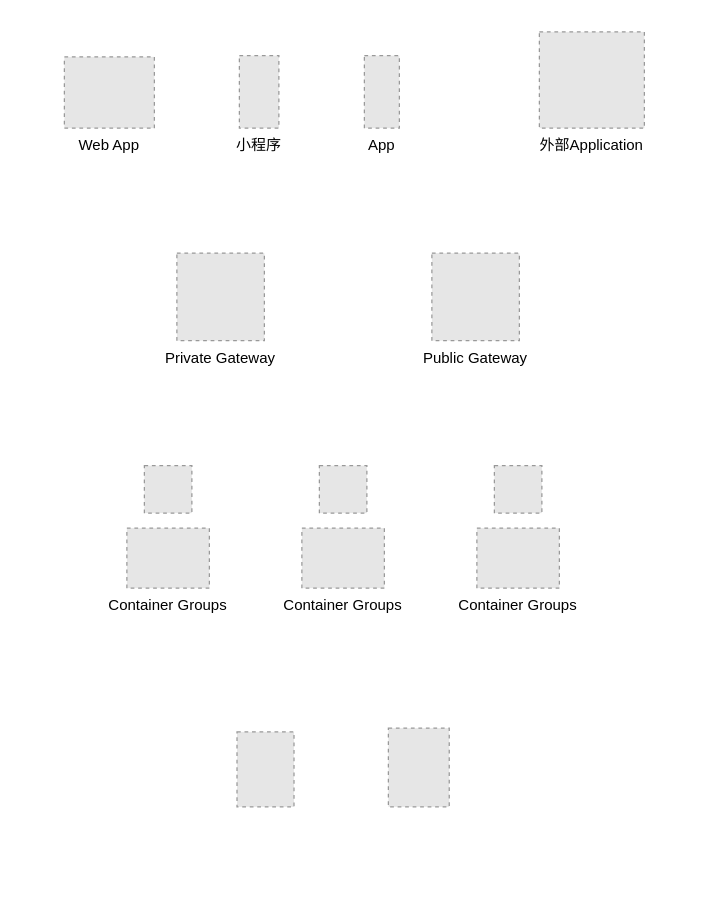
Before: costco_infra.drawio in luss613/draw.io, a draw.io diagram. Source tidied: cells renumbered, new cells numbered last; positions are measured from the earlier drawing's top-left corner, leaving out a move shared by most shapes. Both pictures are drawn from the tidied source at 125%, with x=0, y=0 at pixel (64, 31). Pictures stored in the file or linked from it are replaced by grey dashed boxes.
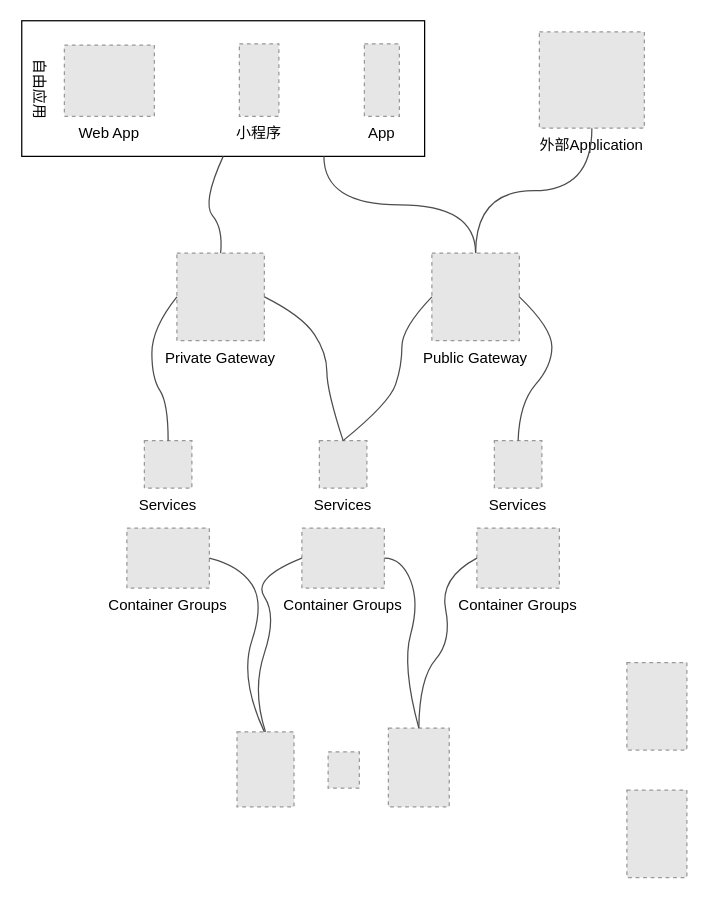
The same diagram, later.

The change refers to these unchanged cells:
```xml
<mxCell id="2" value="外部Application" style="fillColor=#E6E6E6;strokeColor=#999999;dashed=1;verticalLabelPosition=bottom;labelBackgroundColor=#ffffff;verticalAlign=top;" parent="1" vertex="1">
  <mxGeometry x="380" width="84" height="77" as="geometry" />
</mxCell>
<mxCell id="6" value="Private Gateway" style="fillColor=#E6E6E6;strokeColor=#999999;dashed=1;verticalLabelPosition=bottom;labelBackgroundColor=#ffffff;verticalAlign=top;" parent="1" vertex="1">
  <mxGeometry x="90" y="177" width="70" height="70" as="geometry" />
</mxCell>
<mxCell id="7" value="Public Gateway" style="fillColor=#E6E6E6;strokeColor=#999999;dashed=1;verticalLabelPosition=bottom;labelBackgroundColor=#ffffff;verticalAlign=top;" parent="1" vertex="1">
  <mxGeometry x="294" y="177" width="70" height="70" as="geometry" />
</mxCell>
<mxCell id="8" value="Container Groups" style="fillColor=#E6E6E6;strokeColor=#999999;dashed=1;verticalLabelPosition=bottom;labelBackgroundColor=#ffffff;verticalAlign=top;" parent="1" vertex="1">
  <mxGeometry x="50" y="397" width="66" height="48" as="geometry" />
</mxCell>
<mxCell id="10" value="Container Groups" style="fillColor=#E6E6E6;strokeColor=#999999;dashed=1;verticalLabelPosition=bottom;labelBackgroundColor=#ffffff;verticalAlign=top;" parent="1" vertex="1">
  <mxGeometry x="190" y="397" width="66" height="48" as="geometry" />
</mxCell>
<mxCell id="12" value="Container Groups" style="fillColor=#E6E6E6;strokeColor=#999999;dashed=1;verticalLabelPosition=bottom;labelBackgroundColor=#ffffff;verticalAlign=top;" parent="1" vertex="1">
  <mxGeometry x="330" y="397" width="66" height="48" as="geometry" />
</mxCell>
<mxCell id="14" style="fillColor=#E6E6E6;strokeColor=#999999;dashed=1;verticalLabelPosition=bottom;labelBackgroundColor=#ffffff;verticalAlign=top;" parent="1" vertex="1">
  <mxGeometry x="138.1" y="560" width="45.6" height="60" as="geometry" />
</mxCell>
<mxCell id="15" style="fillColor=#E6E6E6;strokeColor=#999999;dashed=1;verticalLabelPosition=bottom;labelBackgroundColor=#ffffff;verticalAlign=top;" parent="1" vertex="1">
  <mxGeometry x="259.2" y="557" width="48.7" height="63" as="geometry" />
</mxCell>
```

The edit, as a diff of the source:
```diff
@@
+    <mxCell id="16" value="自由应用" style="rounded=0;whiteSpace=wrap;html=1;align=center;rotation=90;verticalAlign=bottom;spacingBottom=5;" parent="1" vertex="1">
+      <mxGeometry x="72.8" y="-115.8" width="108.5" height="322.3" as="geometry" />
+    </mxCell>
@@
     <mxCell id="3" value="小程序" style="fillColor=#E6E6E6;strokeColor=#999999;dashed=1;verticalLabelPosition=bottom;labelBackgroundColor=#ffffff;verticalAlign=top;" parent="1" vertex="1">
-      <mxGeometry x="140" y="19" width="31.6" height="58" as="geometry" />
+      <mxGeometry x="140" y="9.5" width="31.6" height="58" as="geometry" />
     </mxCell>
     <mxCell id="4" value="App" style="fillColor=#E6E6E6;strokeColor=#999999;dashed=1;verticalLabelPosition=bottom;labelBackgroundColor=#ffffff;verticalAlign=top;" parent="1" vertex="1">
-      <mxGeometry x="240" y="19" width="28" height="58" as="geometry" />
+      <mxGeometry x="240" y="9.5" width="28" height="58" as="geometry" />
     </mxCell>
     <mxCell id="5" value="Web App" style="fillColor=#E6E6E6;strokeColor=#999999;dashed=1;verticalLabelPosition=bottom;labelBackgroundColor=#ffffff;verticalAlign=top;" parent="1" vertex="1">
-      <mxGeometry y="20" width="72" height="57" as="geometry" />
+      <mxGeometry y="10.5" width="72" height="57" as="geometry" />
     </mxCell>
@@
+    <mxCell id="17" style="edgeStyle=orthogonalEdgeStyle;curved=1;jettySize=auto;html=1;exitX=0.5;exitY=0;exitDx=0;exitDy=0;entryX=1;entryY=0.25;entryDx=0;entryDy=0;strokeColor=#4D4D4D;endArrow=none;endFill=0;" parent="1" edge="1" source="7" target="16">
+      <mxGeometry relative="1" as="geometry" />
+    </mxCell>
+    <mxCell id="18" style="edgeStyle=orthogonalEdgeStyle;curved=1;jettySize=auto;html=1;exitX=0.5;exitY=0;exitDx=0;exitDy=0;entryX=0.5;entryY=1;entryDx=0;entryDy=0;endArrow=none;endFill=0;strokeColor=#4D4D4D;" parent="1" edge="1" source="7" target="2">
+      <mxGeometry relative="1" as="geometry" />
+    </mxCell>
@@
-    <mxCell id="9" style="fillColor=#E6E6E6;strokeColor=#999999;dashed=1;verticalLabelPosition=bottom;labelBackgroundColor=#ffffff;verticalAlign=top;" parent="1" vertex="1">
-      <mxGeometry x="64" y="347" width="38" height="38" as="geometry" />
+    <mxCell id="9" value="Services" style="fillColor=#E6E6E6;strokeColor=#999999;dashed=1;verticalLabelPosition=bottom;labelBackgroundColor=#ffffff;verticalAlign=top;" parent="1" vertex="1">
+      <mxGeometry x="64" y="327" width="38" height="38" as="geometry" />
     </mxCell>
@@
-    <mxCell id="11" style="fillColor=#E6E6E6;strokeColor=#999999;dashed=1;verticalLabelPosition=bottom;labelBackgroundColor=#ffffff;verticalAlign=top;" parent="1" vertex="1">
-      <mxGeometry x="204" y="347" width="38" height="38" as="geometry" />
+    <mxCell id="11" value="Services" style="fillColor=#E6E6E6;strokeColor=#999999;dashed=1;verticalLabelPosition=bottom;labelBackgroundColor=#ffffff;verticalAlign=top;" parent="1" vertex="1">
+      <mxGeometry x="204" y="327" width="38" height="38" as="geometry" />
     </mxCell>
@@
-    <mxCell id="13" style="fillColor=#E6E6E6;strokeColor=#999999;dashed=1;verticalLabelPosition=bottom;labelBackgroundColor=#ffffff;verticalAlign=top;" parent="1" vertex="1">
-      <mxGeometry x="344" y="347" width="38" height="38" as="geometry" />
+    <mxCell id="13" value="Services" style="fillColor=#E6E6E6;strokeColor=#999999;dashed=1;verticalLabelPosition=bottom;labelBackgroundColor=#ffffff;verticalAlign=top;" parent="1" vertex="1">
+      <mxGeometry x="344" y="327" width="38" height="38" as="geometry" />
     </mxCell>
@@
+    <mxCell id="19" style="fillColor=#E6E6E6;strokeColor=#999999;dashed=1;verticalLabelPosition=bottom;labelBackgroundColor=#ffffff;verticalAlign=top;" parent="1" vertex="1">
+      <mxGeometry x="450" y="504.5" width="48" height="70" as="geometry" />
+    </mxCell>
+    <mxCell id="20" style="fillColor=#E6E6E6;strokeColor=#999999;dashed=1;verticalLabelPosition=bottom;labelBackgroundColor=#ffffff;verticalAlign=top;" parent="1" vertex="1">
+      <mxGeometry x="450" y="606.5" width="48" height="70" as="geometry" />
+    </mxCell>
+    <mxCell id="21" style="fillColor=#E6E6E6;strokeColor=#999999;dashed=1;verticalLabelPosition=bottom;labelBackgroundColor=#ffffff;verticalAlign=top;" parent="1" vertex="1">
+      <mxGeometry x="211" y="576" width="25" height="29" as="geometry" />
+    </mxCell>
+    <mxCell id="22" style="endArrow=none;html=1;entryX=0;entryY=0.5;entryDx=0;entryDy=0;exitX=0.5;exitY=0;exitDx=0;exitDy=0;curved=1;strokeColor=#4D4D4D;" parent="1" edge="1" source="15" target="12">
+      <mxGeometry relative="1" as="geometry">
+        <Array as="points">
+          <mxPoint x="284" y="517" />
+          <mxPoint x="310" y="487" />
+          <mxPoint x="300" y="437" />
+        </Array>
+      </mxGeometry>
+    </mxCell>
+    <mxCell id="23" style="endArrow=none;html=1;curved=1;entryX=1;entryY=0.5;entryDx=0;entryDy=0;strokeColor=#4D4D4D;" parent="1" edge="1" target="8">
+      <mxGeometry relative="1" as="geometry">
+        <mxPoint x="160" y="560" as="sourcePoint" />
+        <Array as="points">
+          <mxPoint x="140" y="517" />
+          <mxPoint x="160" y="457" />
+          <mxPoint x="140" y="427" />
+        </Array>
+      </mxGeometry>
+    </mxCell>
+    <mxCell id="24" style="endArrow=none;html=1;curved=1;entryX=1;entryY=0.5;entryDx=0;entryDy=0;strokeColor=#4D4D4D;exitX=0.5;exitY=0;exitDx=0;exitDy=0;" parent="1" edge="1" source="15" target="10">
+      <mxGeometry relative="1" as="geometry">
+        <Array as="points">
+          <mxPoint x="270" y="507" />
+          <mxPoint x="284" y="457" />
+          <mxPoint x="270" y="421" />
+        </Array>
+      </mxGeometry>
+    </mxCell>
+    <mxCell id="25" style="endArrow=none;html=1;curved=1;entryX=0;entryY=0.5;entryDx=0;entryDy=0;strokeColor=#4D4D4D;exitX=0.5;exitY=0;exitDx=0;exitDy=0;" parent="1" edge="1" source="14" target="10">
+      <mxGeometry relative="1" as="geometry">
+        <Array as="points">
+          <mxPoint x="150" y="527" />
+          <mxPoint x="170" y="467" />
+          <mxPoint x="150" y="437" />
+        </Array>
+      </mxGeometry>
+    </mxCell>
+    <mxCell id="26" style="endArrow=none;html=1;entryX=0;entryY=0.5;entryDx=0;entryDy=0;exitX=0.5;exitY=0;exitDx=0;exitDy=0;strokeColor=#4D4D4D;curved=1;" parent="1" edge="1" source="9" target="6">
+      <mxGeometry relative="1" as="geometry">
+        <Array as="points">
+          <mxPoint x="83" y="297" />
+          <mxPoint x="70" y="277" />
+          <mxPoint x="70" y="237" />
+        </Array>
+      </mxGeometry>
+    </mxCell>
+    <mxCell id="27" style="endArrow=none;html=1;entryX=1;entryY=0.5;entryDx=0;entryDy=0;exitX=0.5;exitY=0;exitDx=0;exitDy=0;strokeColor=#4D4D4D;curved=1;" parent="1" edge="1" source="11" target="6">
+      <mxGeometry relative="1" as="geometry">
+        <Array as="points">
+          <mxPoint x="210" y="287" />
+          <mxPoint x="210" y="257" />
+          <mxPoint x="190" y="227" />
+        </Array>
+      </mxGeometry>
+    </mxCell>
+    <mxCell id="28" style="endArrow=none;html=1;entryX=0;entryY=0.5;entryDx=0;entryDy=0;exitX=0.5;exitY=0;exitDx=0;exitDy=0;strokeColor=#4D4D4D;curved=1;" parent="1" edge="1" source="11" target="7">
+      <mxGeometry relative="1" as="geometry">
+        <Array as="points">
+          <mxPoint x="260" y="297" />
+          <mxPoint x="270" y="267" />
+          <mxPoint x="270" y="237" />
+        </Array>
+      </mxGeometry>
+    </mxCell>
+    <mxCell id="29" style="endArrow=none;html=1;entryX=1;entryY=0.5;entryDx=0;entryDy=0;exitX=0.5;exitY=0;exitDx=0;exitDy=0;strokeColor=#4D4D4D;curved=1;" parent="1" edge="1" source="13" target="7">
+      <mxGeometry relative="1" as="geometry">
+        <Array as="points">
+          <mxPoint x="364" y="297" />
+          <mxPoint x="390" y="267" />
+          <mxPoint x="390" y="237" />
+        </Array>
+      </mxGeometry>
+    </mxCell>
+    <mxCell id="30" style="endArrow=none;html=1;strokeColor=#4D4D4D;exitX=0.5;exitY=0;exitDx=0;exitDy=0;entryX=1;entryY=0.5;entryDx=0;entryDy=0;curved=1;" parent="1" edge="1" source="6" target="16">
+      <mxGeometry relative="1" as="geometry">
+        <Array as="points">
+          <mxPoint x="127" y="157" />
+          <mxPoint x="110" y="137" />
+        </Array>
+      </mxGeometry>
+    </mxCell>
```
